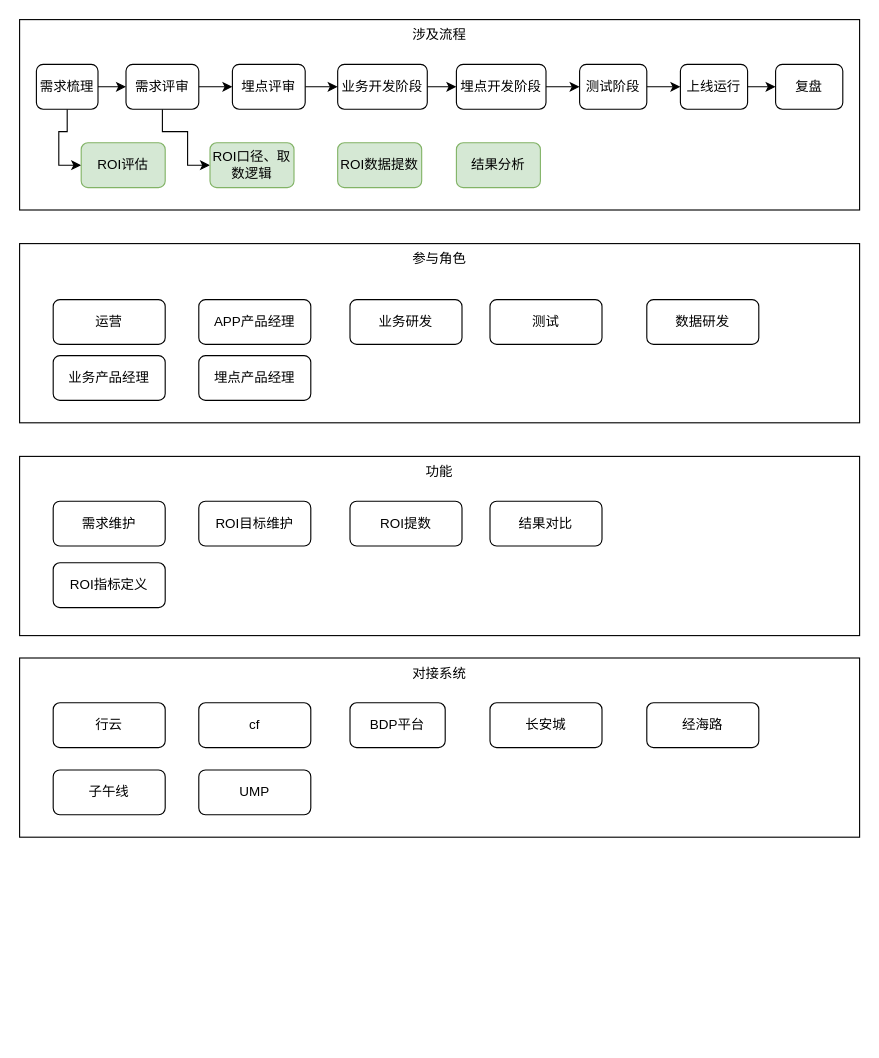
Above: page "业务梳理" (1 of 3) of 需求ROI评估.drawio in lihongliang1989/diagram (draw.io), before the change. Source tidied: cells renumbered, new cells numbered last; positions are measured from the earlier drawing's top-left corner, leaving out a move shared by most shapes. Both pictures are drawn from the tidied source at 112%, with x=0, y=0 at pixel (19, 19).
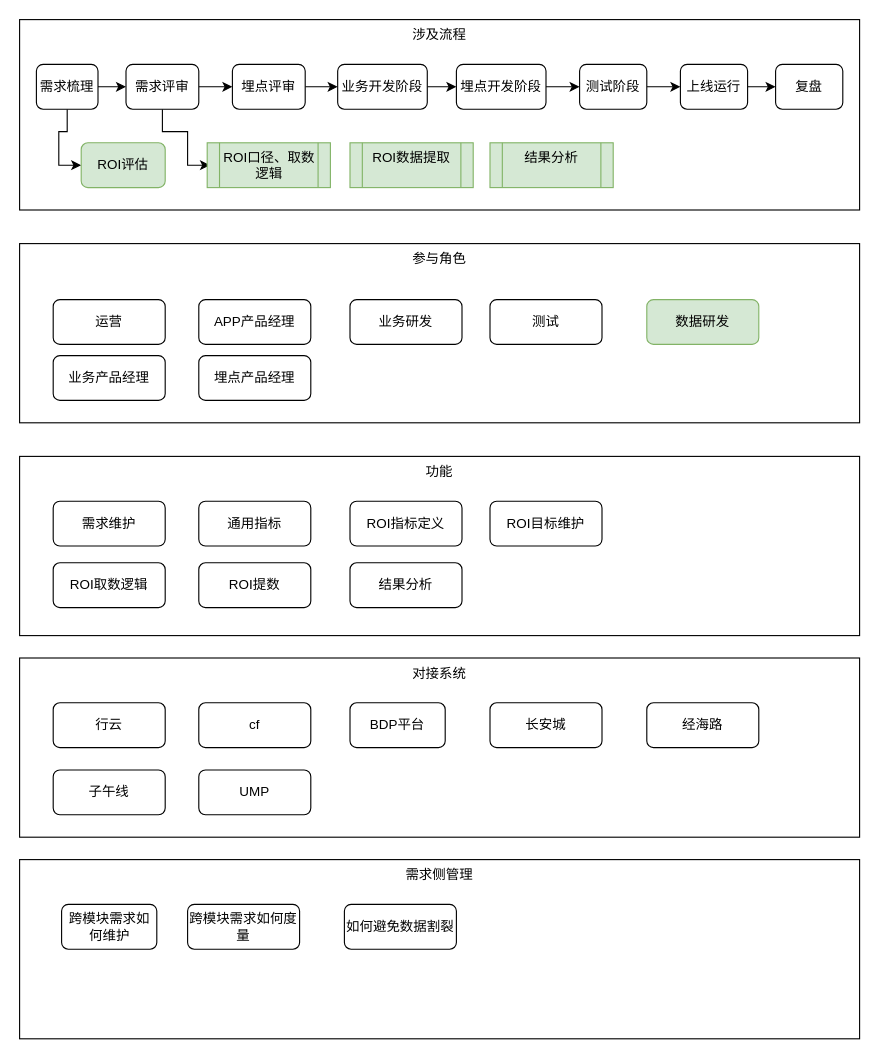
The same page after the edit.

Unchanged cells that the change refers to:
```xml
<mxCell id="8" value="需求评审" style="rounded=1;whiteSpace=wrap;html=1;" parent="1" vertex="1">
  <mxGeometry x="95" y="40" width="65" height="40" as="geometry" />
</mxCell>
<mxCell id="15" value="参与角色" style="rounded=0;whiteSpace=wrap;html=1;verticalAlign=top;" parent="1" vertex="1">
  <mxGeometry y="200" width="750" height="160" as="geometry" />
</mxCell>
```

Diff of the diagram source:
```diff
@@
-    <mxCell id="7" style="edgeStyle=orthogonalEdgeStyle;rounded=0;jettySize=auto;html=1;entryX=0;entryY=0.5;entryDx=0;entryDy=0;" parent="1" edge="1" source="8" target="27">
+    <mxCell id="7" style="edgeStyle=orthogonalEdgeStyle;rounded=0;jettySize=auto;html=1;entryX=0;entryY=0.5;entryDx=0;entryDy=0;" parent="1" edge="1" source="8">
       <mxGeometry relative="1" as="geometry">
+        <mxPoint x="170" y="130" as="targetPoint" />
         <Array as="points">
           <mxPoint x="128" y="100" />
           <mxPoint x="150" y="100" />
           <mxPoint x="150" y="130" />
         </Array>
       </mxGeometry>
     </mxCell>
@@
-    <mxCell id="20" value="数据研发" style="rounded=1;whiteSpace=wrap;html=1;" parent="1" vertex="1">
+    <mxCell id="20" value="数据研发" style="rounded=1;whiteSpace=wrap;html=1;fillColor=#d5e8d4;strokeColor=#82b366;" parent="1" vertex="1">
       <mxGeometry x="560" y="250" width="100" height="40" as="geometry" />
     </mxCell>
@@
-    <mxCell id="27" value="ROI口径、取数逻辑" style="rounded=1;whiteSpace=wrap;html=1;fillColor=#d5e8d4;strokeColor=#82b366;" parent="1" vertex="1">
-      <mxGeometry x="170" y="110" width="75" height="40" as="geometry" />
-    </mxCell>
-    <mxCell id="28" value="ROI数据提数" style="rounded=1;whiteSpace=wrap;html=1;fillColor=#d5e8d4;strokeColor=#82b366;" parent="1" vertex="1">
-      <mxGeometry x="284" y="110" width="75" height="40" as="geometry" />
-    </mxCell>
@@
     <mxCell id="31" value="ROI目标维护" style="rounded=1;whiteSpace=wrap;html=1;" parent="1" vertex="1">
-      <mxGeometry x="160" y="430" width="100" height="40" as="geometry" />
+      <mxGeometry x="420" y="430" width="100" height="40" as="geometry" />
     </mxCell>
     <mxCell id="32" value="ROI提数" style="rounded=1;whiteSpace=wrap;html=1;" parent="1" vertex="1">
-      <mxGeometry x="295" y="430" width="100" height="40" as="geometry" />
+      <mxGeometry x="160" y="485" width="100" height="40" as="geometry" />
     </mxCell>
-    <mxCell id="33" value="结果对比" style="rounded=1;whiteSpace=wrap;html=1;" parent="1" vertex="1">
-      <mxGeometry x="420" y="430" width="100" height="40" as="geometry" />
+    <mxCell id="33" value="结果分析" style="rounded=1;whiteSpace=wrap;html=1;" parent="1" vertex="1">
+      <mxGeometry x="295" y="485" width="100" height="40" as="geometry" />
     </mxCell>
     <mxCell id="34" value="ROI指标定义" style="rounded=1;whiteSpace=wrap;html=1;" parent="1" vertex="1">
-      <mxGeometry x="30" y="485" width="100" height="40" as="geometry" />
+      <mxGeometry x="295" y="430" width="100" height="40" as="geometry" />
     </mxCell>
-    <mxCell id="35" value="结果分析" style="rounded=1;whiteSpace=wrap;html=1;fillColor=#d5e8d4;strokeColor=#82b366;" parent="1" vertex="1">
-      <mxGeometry x="390" y="110" width="75" height="40" as="geometry" />
-    </mxCell>
@@
+    <mxCell id="27" value="&lt;span&gt;ROI口径、取数逻辑&lt;/span&gt;" style="shape=process;whiteSpace=wrap;html=1;backgroundOutline=1;verticalAlign=top;fillColor=#d5e8d4;strokeColor=#82b366;" parent="1" vertex="1">
+      <mxGeometry x="167.5" y="110" width="110" height="40" as="geometry" />
+    </mxCell>
+    <mxCell id="46" value="&lt;span&gt;ROI数据提取&lt;/span&gt;" style="shape=process;whiteSpace=wrap;html=1;backgroundOutline=1;verticalAlign=top;fillColor=#d5e8d4;strokeColor=#82b366;" parent="1" vertex="1">
+      <mxGeometry x="295" y="110" width="110" height="40" as="geometry" />
+    </mxCell>
+    <mxCell id="35" value="&lt;span&gt;结果分析&lt;/span&gt;" style="shape=process;whiteSpace=wrap;html=1;backgroundOutline=1;verticalAlign=top;fillColor=#d5e8d4;strokeColor=#82b366;" parent="1" vertex="1">
+      <mxGeometry x="420" y="110" width="110" height="40" as="geometry" />
+    </mxCell>
+    <mxCell id="47" style="edgeStyle=orthogonalEdgeStyle;rounded=0;orthogonalLoop=1;jettySize=auto;html=1;exitX=0.5;exitY=1;exitDx=0;exitDy=0;" parent="1" edge="1" source="15" target="15">
+      <mxGeometry relative="1" as="geometry" />
+    </mxCell>
+    <mxCell id="48" value="ROI取数逻辑" style="rounded=1;whiteSpace=wrap;html=1;" parent="1" vertex="1">
+      <mxGeometry x="30" y="485" width="100" height="40" as="geometry" />
+    </mxCell>
+    <mxCell id="49" value="通用指标" style="rounded=1;whiteSpace=wrap;html=1;" parent="1" vertex="1">
+      <mxGeometry x="160" y="430" width="100" height="40" as="geometry" />
+    </mxCell>
+    <mxCell id="50" value="需求侧管理" style="rounded=0;whiteSpace=wrap;html=1;verticalAlign=top;" parent="1" vertex="1">
+      <mxGeometry y="750" width="750" height="160" as="geometry" />
+    </mxCell>
+    <mxCell id="51" value="如何避免数据割裂" style="rounded=1;whiteSpace=wrap;html=1;" parent="1" vertex="1">
+      <mxGeometry x="290" y="790" width="100" height="40" as="geometry" />
+    </mxCell>
+    <mxCell id="52" value="跨模块需求如何度量" style="rounded=1;whiteSpace=wrap;html=1;" parent="1" vertex="1">
+      <mxGeometry x="150" y="790" width="100" height="40" as="geometry" />
+    </mxCell>
+    <mxCell id="53" value="跨模块需求如何维护" style="rounded=1;whiteSpace=wrap;html=1;" parent="1" vertex="1">
+      <mxGeometry x="37.5" y="790" width="85" height="40" as="geometry" />
+    </mxCell>
```
